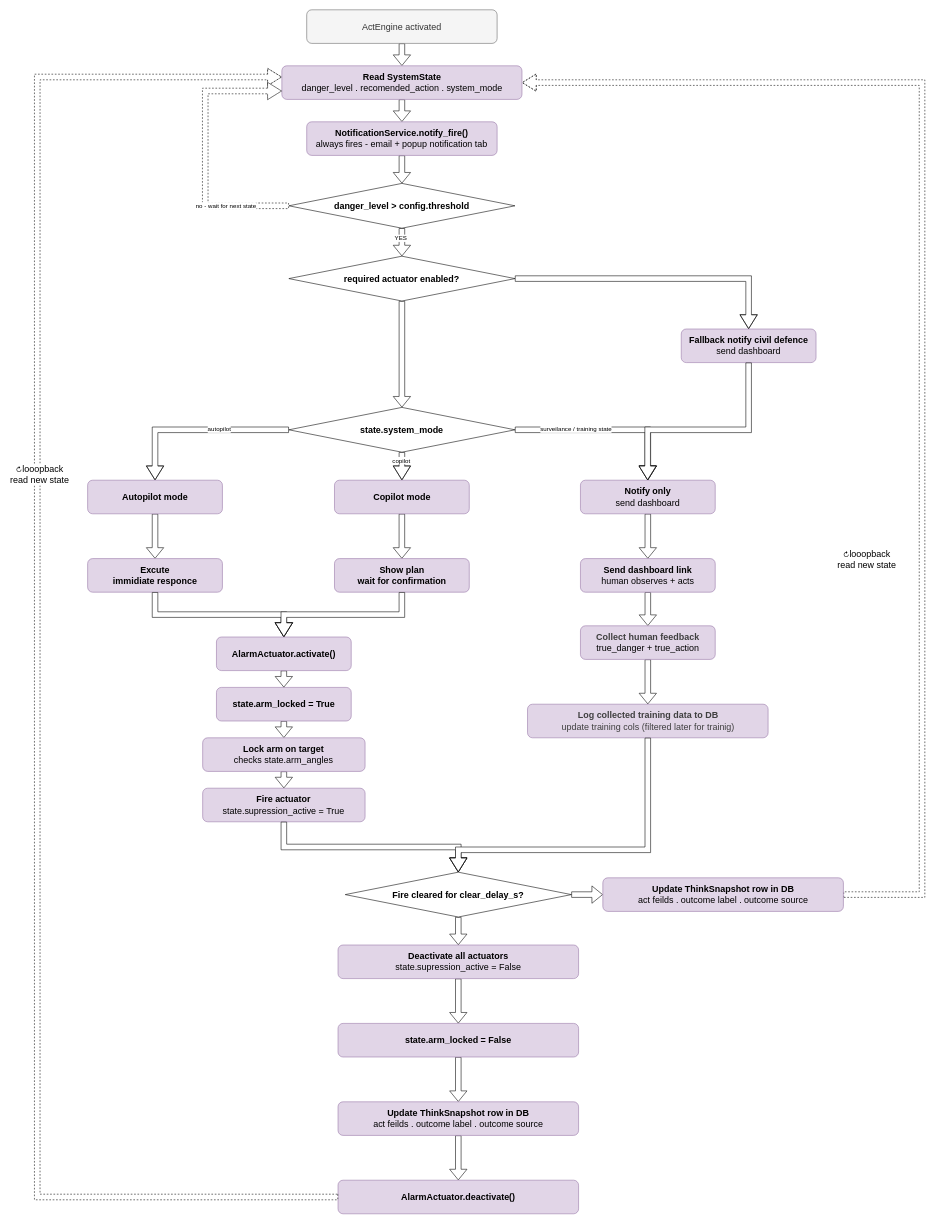
Above: architecture/flowchart_act.drawio in maya-fakih/smart_fire_extinguisher (draw.io), before the change. Source tidied: cells renumbered, new cells numbered last; positions are measured from the earlier drawing's top-left corner, leaving out a move shared by most shapes. Both pictures are drawn from the tidied source at 56%, with x=0, y=0 at pixel (37, 10).
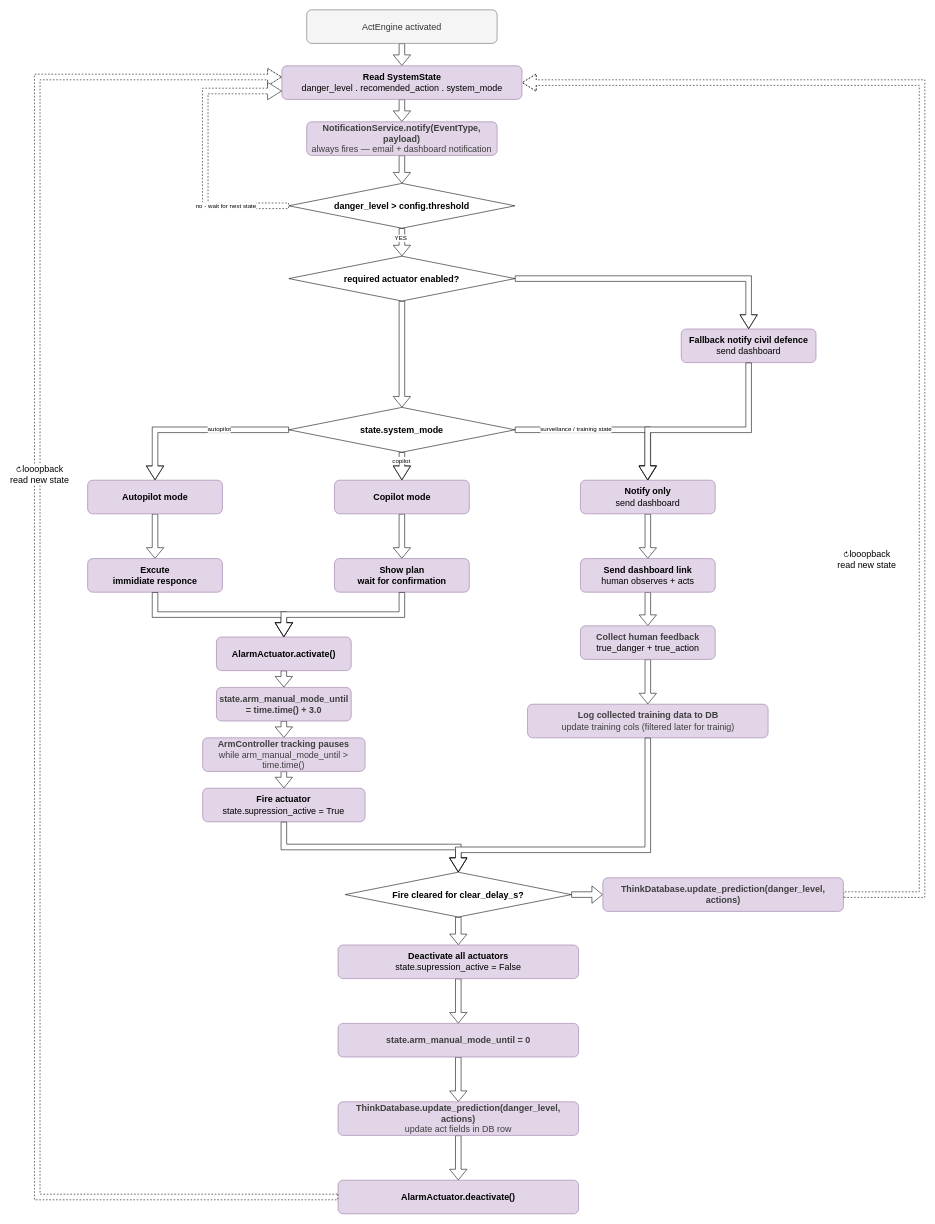
The same diagram, later.

What changed in the source:
```diff
@@
-    <mxCell id="7" value="&lt;font style=&quot;font-size: 16px;&quot;&gt;&lt;b&gt;NotificationService.notify_fire()&lt;/b&gt;&lt;/font&gt;&lt;div&gt;&lt;font style=&quot;font-size: 16px;&quot;&gt;always fires - email + popup notification tab&lt;/font&gt;&lt;/div&gt;" style="rounded=1;whiteSpace=wrap;html=1;fillColor=#e1d5e7;strokeColor=#9673a6;" parent="1" vertex="1">
+    <mxCell id="7" value="&lt;font style=&quot;scrollbar-color: rgb(226, 226, 226) rgb(251, 251, 251); font-size: 16px; color: rgb(63, 63, 63);&quot;&gt;&lt;b style=&quot;scrollbar-color: rgb(226, 226, 226) rgb(251, 251, 251); color: rgb(63, 63, 63);&quot;&gt;NotificationService.notify(EventType, payload)&lt;/b&gt;&lt;/font&gt;&lt;div style=&quot;scrollbar-color: rgb(226, 226, 226) rgb(251, 251, 251); color: rgb(63, 63, 63);&quot;&gt;&lt;font style=&quot;scrollbar-color: rgb(226, 226, 226) rgb(251, 251, 251); font-size: 16px; color: rgb(63, 63, 63);&quot;&gt;always fires — email + dashboard notification&lt;/font&gt;&lt;/div&gt;" style="rounded=1;whiteSpace=wrap;html=1;fillColor=#e1d5e7;strokeColor=#9673a6;" parent="1" vertex="1">
       <mxGeometry x="481.2" y="200" width="340" height="60" as="geometry" />
     </mxCell>
@@
-    <mxCell id="31" value="&lt;span style=&quot;font-size: 16px;&quot;&gt;&lt;b&gt;state.arm_locked = True&lt;/b&gt;&lt;/span&gt;" style="rounded=1;whiteSpace=wrap;html=1;fillColor=#e1d5e7;strokeColor=#9673a6;" parent="1" vertex="1">
+    <mxCell id="31" value="&lt;b style=&quot;scrollbar-color: rgb(226, 226, 226) rgb(251, 251, 251); font-size: 16px; color: rgb(63, 63, 63);&quot;&gt;state.arm_manual_mode_until = time.time() + 3.0&lt;/b&gt;" style="rounded=1;whiteSpace=wrap;html=1;fillColor=#e1d5e7;strokeColor=#9673a6;" parent="1" vertex="1">
       <mxGeometry x="320" y="1210" width="240.7" height="60" as="geometry" />
     </mxCell>
@@
-    <mxCell id="33" value="&lt;span style=&quot;font-size: 16px;&quot;&gt;&lt;b&gt;Lock arm on target&lt;/b&gt;&lt;/span&gt;&lt;div&gt;&lt;span style=&quot;font-size: 16px;&quot;&gt;checks state.arm_angles&lt;/span&gt;&lt;/div&gt;" style="rounded=1;whiteSpace=wrap;html=1;fillColor=#e1d5e7;strokeColor=#9673a6;" parent="1" vertex="1">
+    <mxCell id="33" value="&lt;span style=&quot;scrollbar-color: rgb(226, 226, 226) rgb(251, 251, 251); font-size: 16px; color: rgb(63, 63, 63);&quot;&gt;&lt;b style=&quot;scrollbar-color: rgb(226, 226, 226) rgb(251, 251, 251); color: rgb(63, 63, 63);&quot;&gt;ArmController tracking pauses&lt;/b&gt;&lt;/span&gt;&lt;div style=&quot;scrollbar-color: rgb(226, 226, 226) rgb(251, 251, 251); color: rgb(63, 63, 63);&quot;&gt;&lt;span style=&quot;scrollbar-color: rgb(226, 226, 226) rgb(251, 251, 251); font-size: 16px; color: rgb(63, 63, 63);&quot;&gt;while arm_manual_mode_until &amp;gt; time.time()&lt;/span&gt;&lt;/div&gt;" style="rounded=1;whiteSpace=wrap;html=1;fillColor=#e1d5e7;strokeColor=#9673a6;" parent="1" vertex="1">
       <mxGeometry x="295.4" y="1300" width="290" height="60" as="geometry" />
     </mxCell>
@@
-    <mxCell id="48" value="&lt;span style=&quot;font-size: 16px;&quot;&gt;&lt;b&gt;state.arm_locked = False&lt;/b&gt;&lt;/span&gt;" style="rounded=1;whiteSpace=wrap;html=1;fillColor=#e1d5e7;strokeColor=#9673a6;" parent="1" vertex="1">
+    <mxCell id="48" value="&lt;b style=&quot;scrollbar-color: rgb(226, 226, 226) rgb(251, 251, 251); font-size: 16px; color: rgb(63, 63, 63);&quot;&gt;state.arm_manual_mode_until = 0&lt;/b&gt;" style="rounded=1;whiteSpace=wrap;html=1;fillColor=#e1d5e7;strokeColor=#9673a6;" parent="1" vertex="1">
       <mxGeometry x="537.1" y="1810" width="429.6" height="60" as="geometry" />
     </mxCell>
@@
-    <mxCell id="50" value="&lt;span style=&quot;font-size: 16px;&quot;&gt;&lt;b&gt;Update ThinkSnapshot row in DB&lt;/b&gt;&lt;/span&gt;&lt;div&gt;&lt;span style=&quot;font-size: 16px;&quot;&gt;act feilds . outcome label . outcome source&lt;/span&gt;&lt;/div&gt;" style="rounded=1;whiteSpace=wrap;html=1;fillColor=#e1d5e7;strokeColor=#9673a6;" parent="1" vertex="1">
+    <mxCell id="50" value="&lt;span style=&quot;scrollbar-color: rgb(226, 226, 226) rgb(251, 251, 251); font-size: 16px; color: rgb(63, 63, 63);&quot;&gt;&lt;b style=&quot;scrollbar-color: rgb(226, 226, 226) rgb(251, 251, 251); color: rgb(63, 63, 63);&quot;&gt;ThinkDatabase.update_prediction(danger_level, actions)&lt;/b&gt;&lt;/span&gt;&lt;div style=&quot;scrollbar-color: rgb(226, 226, 226) rgb(251, 251, 251); color: rgb(63, 63, 63);&quot;&gt;&lt;span style=&quot;scrollbar-color: rgb(226, 226, 226) rgb(251, 251, 251); font-size: 16px; color: rgb(63, 63, 63);&quot;&gt;update act fields in DB row&lt;/span&gt;&lt;/div&gt;" style="rounded=1;whiteSpace=wrap;html=1;fillColor=#e1d5e7;strokeColor=#9673a6;" parent="1" vertex="1">
       <mxGeometry x="537.1" y="1950" width="429.6" height="60" as="geometry" />
     </mxCell>
@@
-    <mxCell id="57" value="&lt;span style=&quot;font-size: 16px;&quot;&gt;&lt;b&gt;Update ThinkSnapshot row in DB&lt;/b&gt;&lt;/span&gt;&lt;div&gt;&lt;span style=&quot;font-size: 16px;&quot;&gt;act feilds . outcome label . outcome source&lt;/span&gt;&lt;/div&gt;" style="rounded=1;whiteSpace=wrap;html=1;fillColor=#e1d5e7;strokeColor=#9673a6;" parent="1" vertex="1">
+    <mxCell id="57" value="&lt;b style=&quot;color: rgb(63, 63, 63); scrollbar-color: rgb(226, 226, 226) rgb(251, 251, 251); font-size: 16px;&quot;&gt;ThinkDatabase.update_prediction(danger_level, actions)&lt;/b&gt;" style="rounded=1;whiteSpace=wrap;html=1;fillColor=#e1d5e7;strokeColor=#9673a6;" parent="1" vertex="1">
       <mxGeometry x="1010" y="1550" width="429.6" height="60" as="geometry" />
     </mxCell>
```
